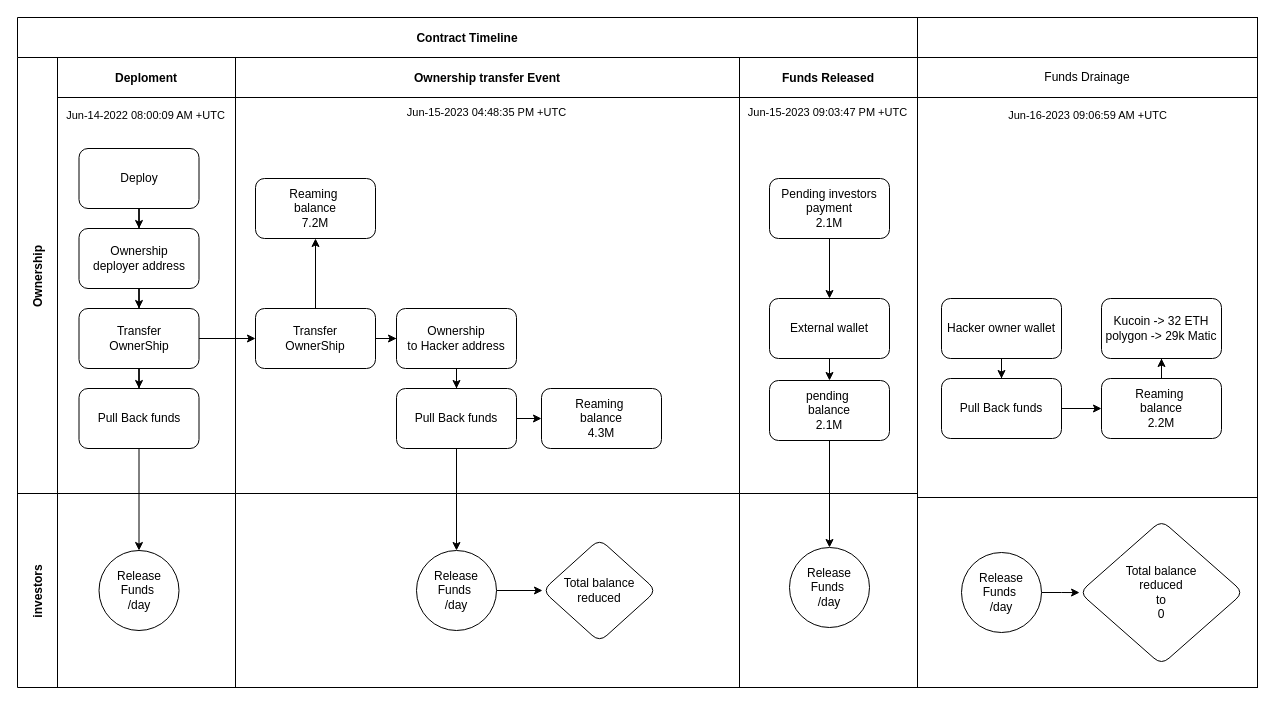
Earlier version of the draw.io diagram Untitled Diagram.drawio (ali-05-ahmed/99starz-testing). Source tidied: cells renumbered, new cells numbered last; positions are measured from the earlier drawing's top-left corner, leaving out a move shared by most shapes. Both pictures are drawn from the tidied source at 100%, with x=0, y=0 at pixel (17, 17).
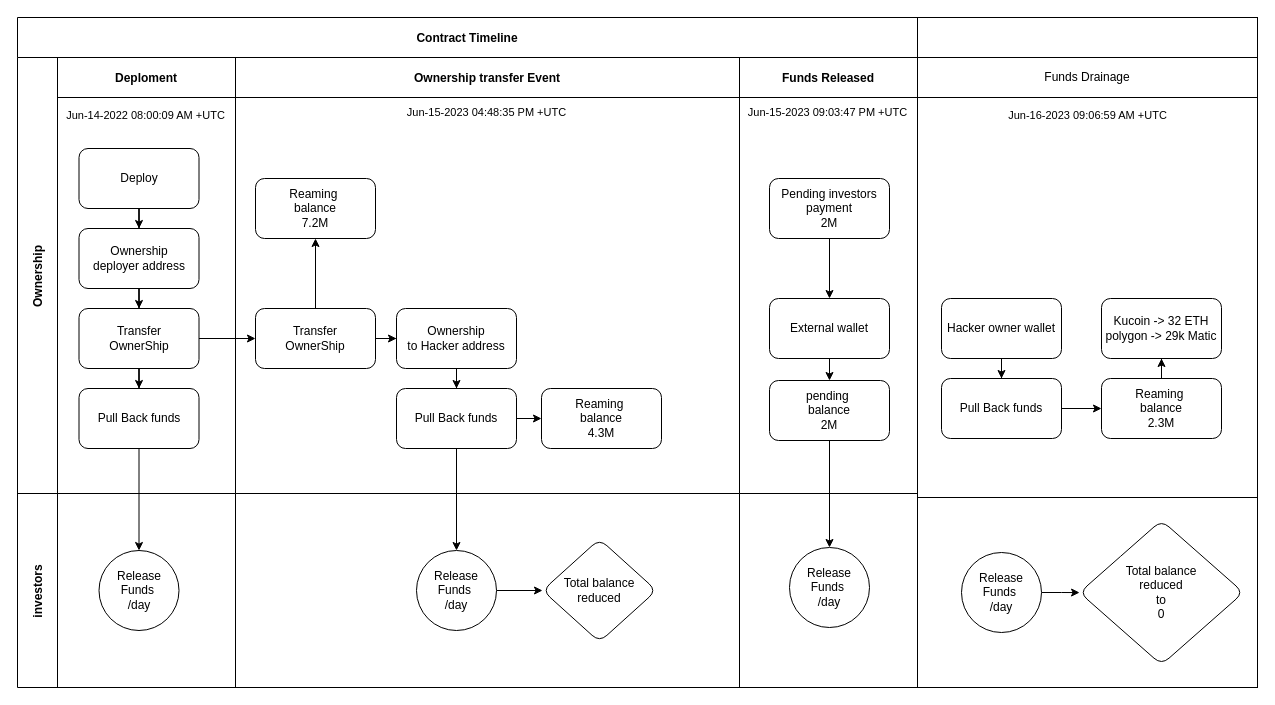
After the change.

Unchanged cells that the change refers to:
```xml
<mxCell id="23" value="Funds Released" style="swimlane;swimlaneHead=0;swimlaneBody=0;fillColor=none;startSize=40;fontStyle=1;" parent="3" vertex="1">
  <mxGeometry x="722" width="178" height="436" as="geometry" />
</mxCell>
```

The edit, as a diff of the source:
```diff
@@
-    <mxCell id="25" value="Pending investors payment&lt;br&gt;2.1M" style="rounded=1;whiteSpace=wrap;html=1;" parent="23" vertex="1">
+    <mxCell id="25" value="Pending investors payment&lt;br&gt;2M" style="rounded=1;whiteSpace=wrap;html=1;" parent="23" vertex="1">
       <mxGeometry x="30" y="121" width="120" height="60" as="geometry" />
     </mxCell>
@@
-    <mxCell id="27" value="pending&amp;nbsp;&lt;br&gt;balance&lt;br&gt;2.1M" style="rounded=1;whiteSpace=wrap;html=1;" parent="23" vertex="1">
+    <mxCell id="27" value="pending&amp;nbsp;&lt;br&gt;balance&lt;br&gt;2M" style="rounded=1;whiteSpace=wrap;html=1;" parent="23" vertex="1">
       <mxGeometry x="30" y="323" width="120" height="60" as="geometry" />
     </mxCell>
@@
-    <mxCell id="51" value="Reaming&amp;nbsp;&lt;br&gt;balance&lt;br&gt;2.2M" style="rounded=1;whiteSpace=wrap;html=1;" parent="1" vertex="1">
+    <mxCell id="51" value="Reaming&amp;nbsp;&lt;br&gt;balance&lt;br&gt;2.3M" style="rounded=1;whiteSpace=wrap;html=1;" parent="1" vertex="1">
       <mxGeometry x="1084" y="361" width="120" height="60" as="geometry" />
     </mxCell>
```
